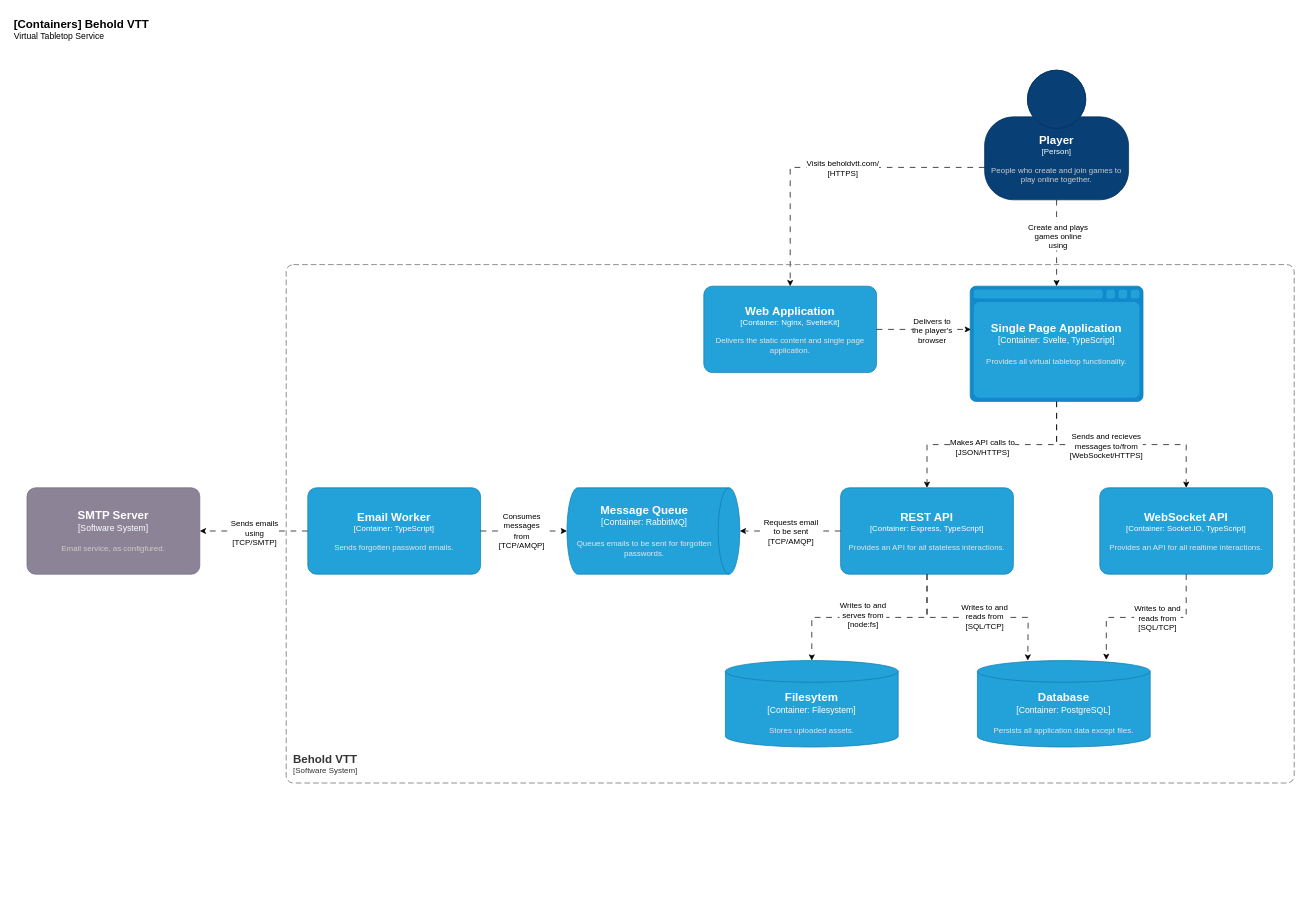
freeborough/behold keeps this draw.io diagram as doc/c4-containers.drawio. Above is the earlier version. Source tidied: cells renumbered, new cells numbered last; positions are measured from the earlier drawing's top-left corner, leaving out a move shared by most shapes. Both pictures are drawn from the tidied source at 72%, with x=0, y=0 at pixel (12, 12).
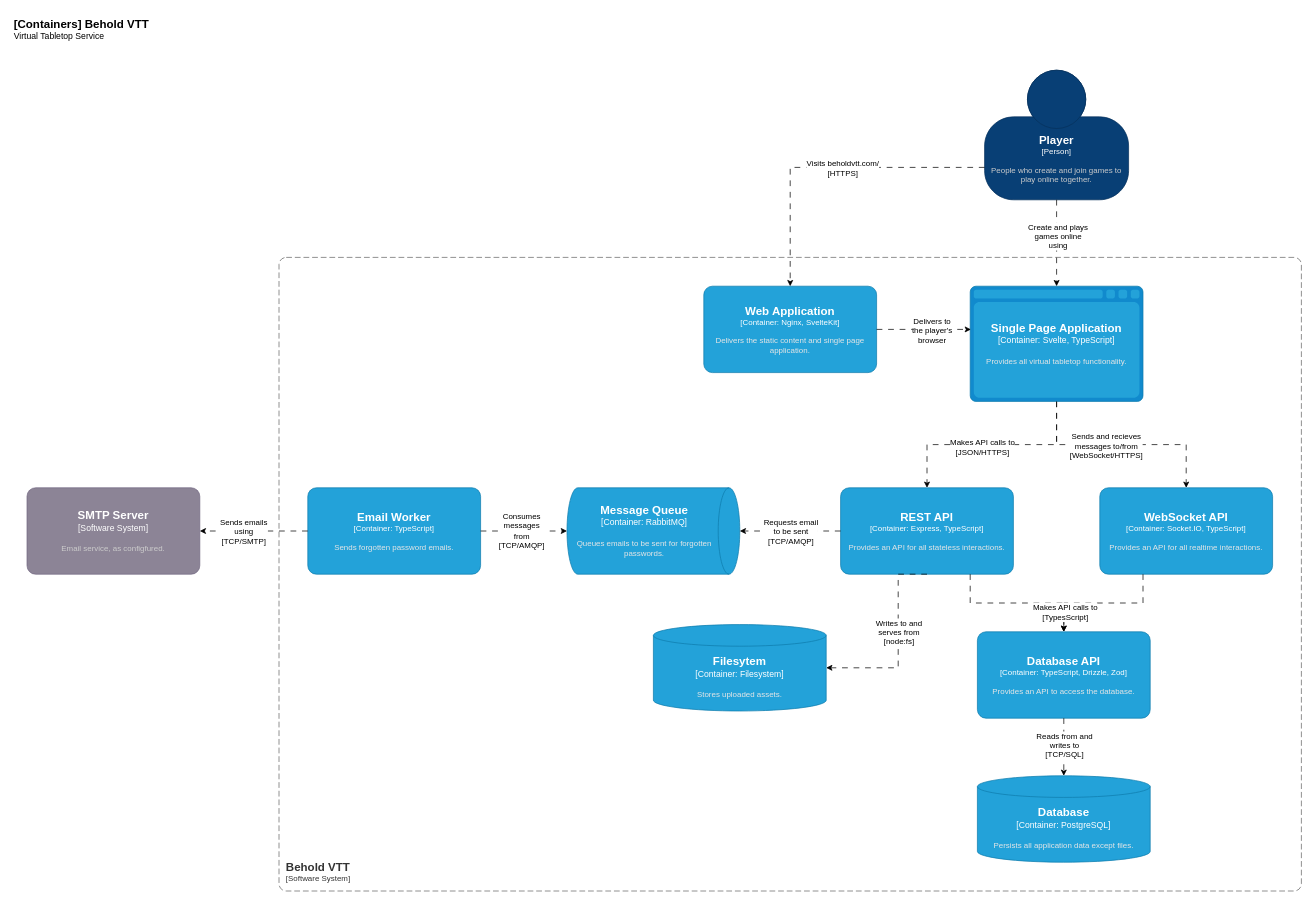
The same diagram, later.

Commit message (it also covers changes not shown here):
Completed current versions of C4 Context, Container, and Components Diagrams.

The change refers to these unchanged cells:
```xml
<object id="9" label="&lt;font style=&quot;font-size: 16px&quot;&gt;&lt;b&gt;%c4Name%&lt;/b&gt;&lt;/font&gt;&lt;div&gt;[%c4Type%: %c4Technology%]&lt;/div&gt;&lt;br&gt;&lt;div&gt;&lt;font style=&quot;font-size: 11px&quot;&gt;&lt;font color=&quot;#E6E6E6&quot;&gt;%c4Description%&lt;/font&gt;&lt;/div&gt;" c4Description="Provides an API for all stateless interactions." c4Name="REST API" c4Technology="Express, TypeScript" c4Type="Container" placeholders="1">
  <mxCell style="rounded=1;whiteSpace=wrap;html=1;fontSize=11;labelBackgroundColor=none;fillColor=#23A2D9;fontColor=#ffffff;align=center;arcSize=10;strokeColor=#0E7DAD;points=[[0.25,0,0],[0.5,0,0],[0.75,0,0],[1,0.25,0],[1,0.5,0],[1,0.75,0],[0.75,1,0],[0.5,1,0],[0.25,1,0],[0,0.75,0],[0,0.5,0],[0,0.25,0]];" parent="1" vertex="1">
    <mxGeometry x="1150" y="660" width="240" height="120" as="geometry" />
  </mxCell>
</object>
<object id="10" label="&lt;font style=&quot;font-size: 16px&quot;&gt;&lt;b&gt;%c4Name%&lt;/b&gt;&lt;/font&gt;&lt;div&gt;[%c4Type%: %c4Technology%]&lt;/div&gt;&lt;br&gt;&lt;div&gt;&lt;font style=&quot;font-size: 11px&quot;&gt;&lt;font color=&quot;#E6E6E6&quot;&gt;%c4Description%&lt;/font&gt;&lt;/div&gt;" c4Description="Provides an API for all realtime interactions." c4Name="WebSocket API" c4Technology="Socket.IO, TypeScript" c4Type="Container" placeholders="1">
  <mxCell style="rounded=1;whiteSpace=wrap;html=1;fontSize=11;labelBackgroundColor=none;fillColor=#23A2D9;fontColor=#ffffff;align=center;arcSize=10;strokeColor=#0E7DAD;points=[[0.25,0,0],[0.5,0,0],[0.75,0,0],[1,0.25,0],[1,0.5,0],[1,0.75,0],[0.75,1,0],[0.5,1,0],[0.25,1,0],[0,0.75,0],[0,0.5,0],[0,0.25,0]];" parent="1" vertex="1">
    <mxGeometry x="1510" y="660" width="240" height="120" as="geometry" />
  </mxCell>
</object>
<mxCell id="34" style="edgeStyle=orthogonalEdgeStyle;rounded=0;jettySize=auto;html=1;exitX=0;exitY=0.5;exitDx=0;exitDy=0;exitPerimeter=0;entryX=1;entryY=0.5;entryDx=0;entryDy=0;entryPerimeter=0;dashed=1;dashPattern=8 8;" parent="1" edge="1" source="29" target="28">
  <mxGeometry relative="1" as="geometry" />
</mxCell>
```

Change to the diagram source:
```diff
@@
     <object id="7" label="&lt;font style=&quot;font-size: 16px&quot;&gt;&lt;b&gt;%c4Name%&lt;/b&gt;&lt;/font&gt;&lt;div&gt;[%c4Type%:&amp;nbsp;%c4Technology%]&lt;/div&gt;&lt;br&gt;&lt;div&gt;&lt;font style=&quot;font-size: 11px&quot;&gt;&lt;font color=&quot;#E6E6E6&quot;&gt;%c4Description%&lt;/font&gt;&lt;/div&gt;" c4Description="Persists all application data except files." c4Name="Database" c4Technology="PostgreSQL" c4Type="Container" placeholders="1">
       <mxCell style="shape=cylinder3;size=15;whiteSpace=wrap;html=1;boundedLbl=1;rounded=0;labelBackgroundColor=none;fillColor=#23A2D9;fontSize=12;fontColor=#ffffff;align=center;strokeColor=#0E7DAD;points=[[0.5,0,0],[1,0.25,0],[1,0.5,0],[1,0.75,0],[0.5,1,0],[0,0.75,0],[0,0.5,0],[0,0.25,0]];" parent="1" vertex="1">
-        <mxGeometry x="1340" y="900" width="240" height="120" as="geometry" />
+        <mxGeometry x="1340" y="1060" width="240" height="120" as="geometry" />
       </mxCell>
     </object>
     <object id="8" label="&lt;font style=&quot;font-size: 16px&quot;&gt;&lt;b&gt;%c4Name%&lt;/b&gt;&lt;/font&gt;&lt;div&gt;[%c4Type%:&amp;nbsp;%c4Technology%]&lt;/div&gt;&lt;br&gt;&lt;div&gt;&lt;font style=&quot;font-size: 11px&quot;&gt;&lt;font color=&quot;#E6E6E6&quot;&gt;%c4Description%&lt;/font&gt;&lt;/div&gt;" c4Description="Stores uploaded assets." c4Name="Filesytem" c4Technology="Filesystem" c4Type="Container" placeholders="1">
       <mxCell style="shape=cylinder3;size=15;whiteSpace=wrap;html=1;boundedLbl=1;rounded=0;labelBackgroundColor=none;fillColor=#23A2D9;fontSize=12;fontColor=#ffffff;align=center;strokeColor=#0E7DAD;points=[[0.5,0,0],[1,0.25,0],[1,0.5,0],[1,0.75,0],[0.5,1,0],[0,0.75,0],[0,0.5,0],[0,0.25,0]];" parent="1" vertex="1">
-        <mxGeometry x="990" y="900" width="240" height="120" as="geometry" />
+        <mxGeometry x="890" y="850" width="240" height="120" as="geometry" />
       </mxCell>
     </object>
@@
-    <mxCell id="20" style="edgeStyle=orthogonalEdgeStyle;rounded=0;jettySize=auto;html=1;exitX=0.5;exitY=1;exitDx=0;exitDy=0;exitPerimeter=0;entryX=0.746;entryY=-0.008;entryDx=0;entryDy=0;entryPerimeter=0;dashed=1;dashPattern=8 8;" parent="1" edge="1" source="10" target="7">
-      <mxGeometry relative="1" as="geometry" />
-    </mxCell>
-    <mxCell id="21" value="Writes to and&lt;br&gt;reads from&lt;br&gt;[SQL/TCP]" style="edgeLabel;html=1;align=center;verticalAlign=middle;" parent="20" vertex="1">
-      <mxGeometry x="-0.12" relative="1" as="geometry" />
-    </mxCell>
-    <mxCell id="22" style="edgeStyle=orthogonalEdgeStyle;rounded=0;jettySize=auto;html=1;exitX=0.5;exitY=1;exitDx=0;exitDy=0;exitPerimeter=0;dashed=1;dashPattern=8 8;" parent="1" edge="1" source="9">
-      <mxGeometry relative="1" as="geometry">
-        <mxPoint x="1410" y="900" as="targetPoint" />
-      </mxGeometry>
-    </mxCell>
-    <mxCell id="23" value="Writes to and&lt;br&gt;reads from&lt;br&gt;[SQL/TCP]" style="edgeLabel;html=1;align=center;verticalAlign=middle;" parent="22" vertex="1">
-      <mxGeometry x="-0.34" y="2" relative="1" as="geometry">
-        <mxPoint x="53" as="offset" />
-      </mxGeometry>
-    </mxCell>
-    <mxCell id="24" style="edgeStyle=orthogonalEdgeStyle;rounded=0;jettySize=auto;html=1;exitX=0.5;exitY=1;exitDx=0;exitDy=0;exitPerimeter=0;entryX=0.5;entryY=0;entryDx=0;entryDy=0;entryPerimeter=0;dashed=1;dashPattern=8 8;" parent="1" edge="1" source="9" target="8">
-      <mxGeometry relative="1" as="geometry" />
+    <mxCell id="24" style="edgeStyle=orthogonalEdgeStyle;rounded=0;jettySize=auto;html=1;exitX=0.5;exitY=1;exitDx=0;exitDy=0;exitPerimeter=0;entryX=1;entryY=0.5;entryDx=0;entryDy=0;entryPerimeter=0;dashed=1;dashPattern=8 8;" parent="1" edge="1" source="9" target="8">
+      <mxGeometry relative="1" as="geometry">
+        <Array as="points">
+          <mxPoint x="1230" y="780" />
+          <mxPoint x="1230" y="910" />
+        </Array>
+      </mxGeometry>
     </mxCell>
     <mxCell id="25" value="Writes to and&lt;br&gt;serves from&lt;br&gt;[node:fs]" style="edgeLabel;html=1;align=center;verticalAlign=middle;" parent="24" vertex="1">
       <mxGeometry x="0.18" y="-4" relative="1" as="geometry">
-        <mxPoint x="15" as="offset" />
+        <mxPoint x="4" y="-39" as="offset" />
       </mxGeometry>
     </mxCell>
     <object id="26" label="&lt;font style=&quot;font-size: 16px&quot;&gt;&lt;b&gt;&lt;div style=&quot;text-align: left&quot;&gt;%c4Name%&lt;/div&gt;&lt;/b&gt;&lt;/font&gt;&lt;div style=&quot;text-align: left&quot;&gt;[%c4Application%]&lt;/div&gt;" c4Application="Software System" c4Name="Behold VTT" placeholders="1">
       <mxCell style="rounded=1;fontSize=11;whiteSpace=wrap;html=1;dashed=1;arcSize=20;fillColor=none;strokeColor=#666666;fontColor=#333333;labelBackgroundColor=none;align=left;verticalAlign=bottom;labelBorderColor=none;spacingTop=0;spacing=10;dashPattern=8 4;perimeter=rectanglePerimeter;noLabel=0;labelPadding=0;absoluteArcSize=1;" parent="1" vertex="1">
-        <mxGeometry x="380" y="350" width="1400" height="720" as="geometry" />
+        <mxGeometry x="370" y="340" width="1420" height="880" as="geometry" />
       </mxCell>
     </object>
@@
     <mxCell id="35" value="Sends emails&lt;br&gt;using&lt;br&gt;[TCP/SMTP]" style="edgeLabel;html=1;align=center;verticalAlign=middle;" parent="34" vertex="1">
-      <mxGeometry y="2" relative="1" as="geometry" />
+      <mxGeometry y="2" relative="1" as="geometry">
+        <mxPoint x="-15" y="-2" as="offset" />
+      </mxGeometry>
     </mxCell>
+    <object id="36" label="&lt;font style=&quot;font-size: 16px&quot;&gt;&lt;b&gt;%c4Name%&lt;/b&gt;&lt;/font&gt;&lt;div&gt;[%c4Type%: %c4Technology%]&lt;/div&gt;&lt;br&gt;&lt;div&gt;&lt;font style=&quot;font-size: 11px&quot;&gt;&lt;font color=&quot;#E6E6E6&quot;&gt;%c4Description%&lt;/font&gt;&lt;/div&gt;" c4Description="Provides an API to access the database." c4Name="Database API" c4Technology="TypeScript, Drizzle, Zod" c4Type="Container" placeholders="1">
+      <mxCell style="rounded=1;whiteSpace=wrap;html=1;fontSize=11;labelBackgroundColor=none;fillColor=#23A2D9;fontColor=#ffffff;align=center;arcSize=10;strokeColor=#0E7DAD;points=[[0.25,0,0],[0.5,0,0],[0.75,0,0],[1,0.25,0],[1,0.5,0],[1,0.75,0],[0.75,1,0],[0.5,1,0],[0.25,1,0],[0,0.75,0],[0,0.5,0],[0,0.25,0]];" parent="1" vertex="1">
+        <mxGeometry x="1340" y="860" width="240" height="120" as="geometry" />
+      </mxCell>
+    </object>
+    <mxCell id="37" style="edgeStyle=orthogonalEdgeStyle;rounded=0;jettySize=auto;html=1;exitX=0.75;exitY=1;exitDx=0;exitDy=0;exitPerimeter=0;entryX=0.5;entryY=0;entryDx=0;entryDy=0;entryPerimeter=0;dashed=1;dashPattern=8 8;" parent="1" edge="1" source="9" target="36">
+      <mxGeometry relative="1" as="geometry" />
+    </mxCell>
+    <mxCell id="38" style="edgeStyle=orthogonalEdgeStyle;rounded=0;jettySize=auto;html=1;exitX=0.25;exitY=1;exitDx=0;exitDy=0;exitPerimeter=0;entryX=0.5;entryY=0;entryDx=0;entryDy=0;entryPerimeter=0;dashed=1;dashPattern=8 8;" parent="1" edge="1" source="10" target="36">
+      <mxGeometry relative="1" as="geometry" />
+    </mxCell>
+    <mxCell id="39" value="Makes API calls to&lt;br&gt;[TypesScript]" style="edgeLabel;html=1;align=center;verticalAlign=middle;" parent="38" vertex="1">
+      <mxGeometry x="0.71" y="1" relative="1" as="geometry" />
+    </mxCell>
+    <mxCell id="40" style="edgeStyle=orthogonalEdgeStyle;rounded=0;jettySize=auto;html=1;exitX=0.5;exitY=1;exitDx=0;exitDy=0;exitPerimeter=0;entryX=0.5;entryY=0;entryDx=0;entryDy=0;entryPerimeter=0;dashed=1;dashPattern=8 8;" parent="1" edge="1" source="36" target="7">
+      <mxGeometry relative="1" as="geometry" />
+    </mxCell>
+    <mxCell id="41" value="Reads from and&lt;br&gt;writes to&lt;br&gt;[TCP/SQL]" style="edgeLabel;html=1;align=center;verticalAlign=middle;" parent="40" vertex="1">
+      <mxGeometry x="-0.07" relative="1" as="geometry" />
+    </mxCell>
```
